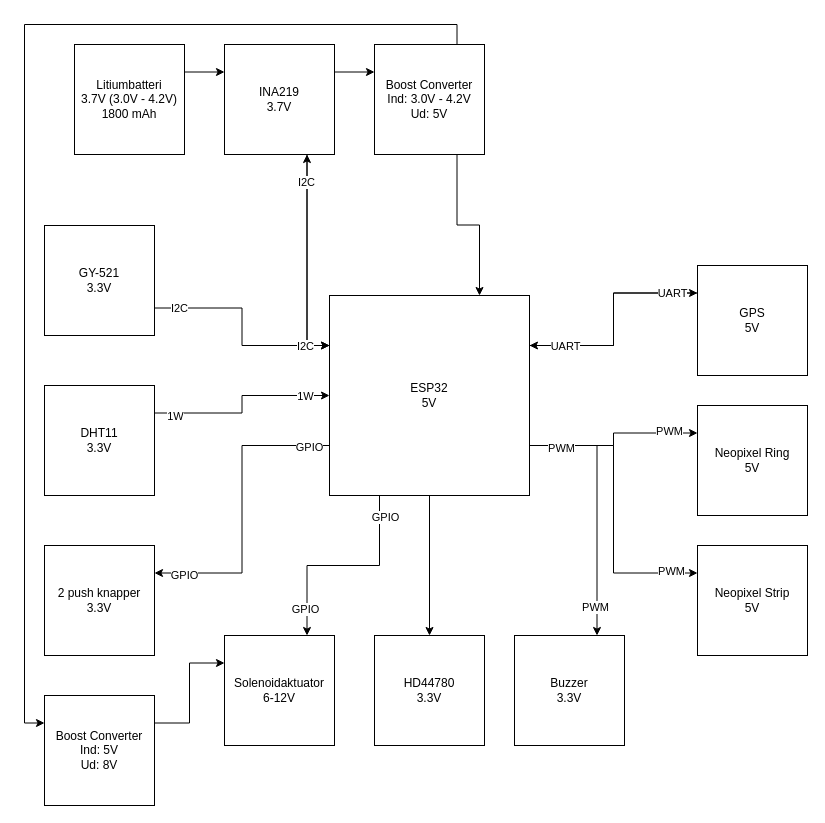
The draw.io diagram Blokdiagram/Blokdiagram.drawio in KEA-E24-B9-IOT1/E24-B9-IoT1, before the edit. Source tidied: cells renumbered, new cells numbered last; positions are measured from the earlier drawing's top-left corner, leaving out a move shared by most shapes. Both pictures are drawn from the tidied source at 100%, with x=0, y=0 at pixel (44, 44).
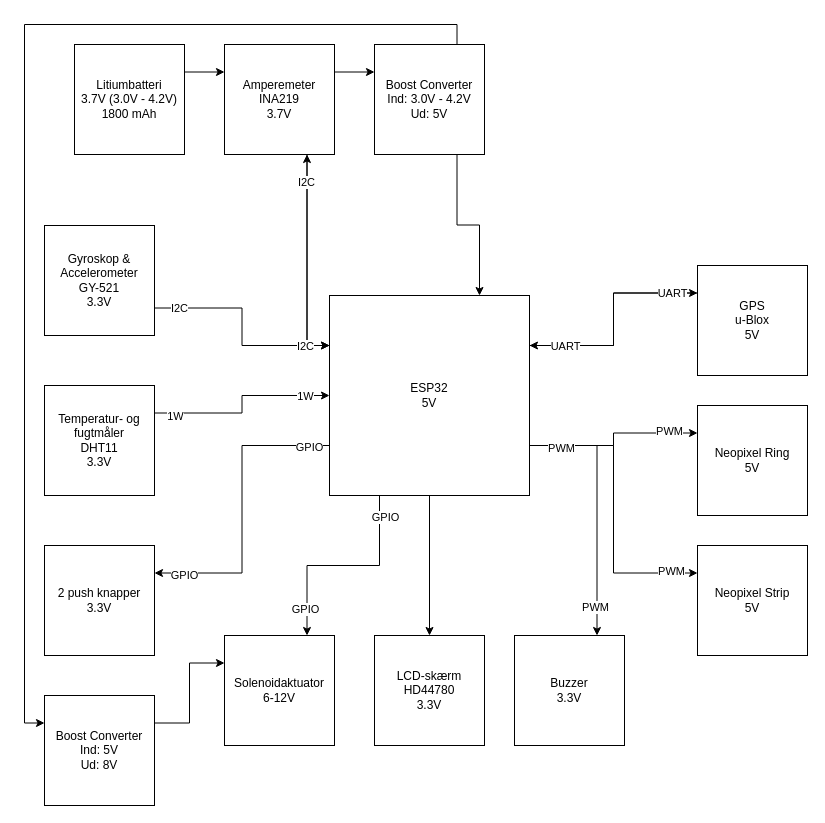
The same page after the edit.

Commit message:
Added reg. names to multiple components

What changed in the source:
```diff
@@
-    <mxCell id="6" value="&lt;div&gt;INA219&lt;/div&gt;3.7V" style="whiteSpace=wrap;html=1;" parent="1" vertex="1">
+    <mxCell id="6" value="&lt;div&gt;Amperemeter&lt;br&gt;&lt;/div&gt;&lt;div&gt;INA219&lt;/div&gt;3.7V" style="whiteSpace=wrap;html=1;" parent="1" vertex="1">
       <mxGeometry x="180" width="110" height="110" as="geometry" />
     </mxCell>
@@
-    <mxCell id="31" value="&lt;div&gt;GPS&lt;/div&gt;&lt;div&gt;5V&lt;br&gt;&lt;/div&gt;" style="whiteSpace=wrap;html=1;" parent="1" vertex="1">
+    <mxCell id="31" value="&lt;div&gt;GPS&lt;/div&gt;&lt;div&gt;u-Blox&lt;br&gt;&lt;/div&gt;&lt;div&gt;5V&lt;br&gt;&lt;/div&gt;" style="whiteSpace=wrap;html=1;" parent="1" vertex="1">
       <mxGeometry x="653" y="221" width="110" height="110" as="geometry" />
     </mxCell>
@@
-    <mxCell id="36" value="&lt;div&gt;DHT11&lt;/div&gt;&lt;div&gt;3.3V&lt;br&gt;&lt;/div&gt;" style="whiteSpace=wrap;html=1;" parent="1" vertex="1">
+    <mxCell id="36" value="&lt;div&gt;Temperatur- og fugtmåler&lt;br&gt;&lt;/div&gt;&lt;div&gt;DHT11&lt;/div&gt;&lt;div&gt;3.3V&lt;br&gt;&lt;/div&gt;" style="whiteSpace=wrap;html=1;" parent="1" vertex="1">
       <mxGeometry y="341" width="110" height="110" as="geometry" />
     </mxCell>
-    <mxCell id="37" value="&lt;div&gt;HD44780&lt;/div&gt;&lt;div&gt;3.3V&lt;br&gt;&lt;/div&gt;" style="whiteSpace=wrap;html=1;" parent="1" vertex="1">
+    <mxCell id="37" value="&lt;div&gt;LCD-skærm&lt;br&gt;&lt;/div&gt;&lt;div&gt;HD44780&lt;/div&gt;&lt;div&gt;3.3V&lt;br&gt;&lt;/div&gt;" style="whiteSpace=wrap;html=1;" parent="1" vertex="1">
       <mxGeometry x="330" y="591" width="110" height="110" as="geometry" />
     </mxCell>
@@
-    <mxCell id="44" value="&lt;div&gt;GY-521&lt;/div&gt;&lt;div&gt;3.3V&lt;br&gt;&lt;/div&gt;" style="whiteSpace=wrap;html=1;" parent="1" vertex="1">
+    <mxCell id="44" value="&lt;div&gt;Gyroskop &amp;amp; Accelerometer&lt;br&gt;&lt;/div&gt;&lt;div&gt;GY-521&lt;/div&gt;&lt;div&gt;3.3V&lt;br&gt;&lt;/div&gt;" style="whiteSpace=wrap;html=1;" parent="1" vertex="1">
       <mxGeometry y="181" width="110" height="110" as="geometry" />
     </mxCell>
```
